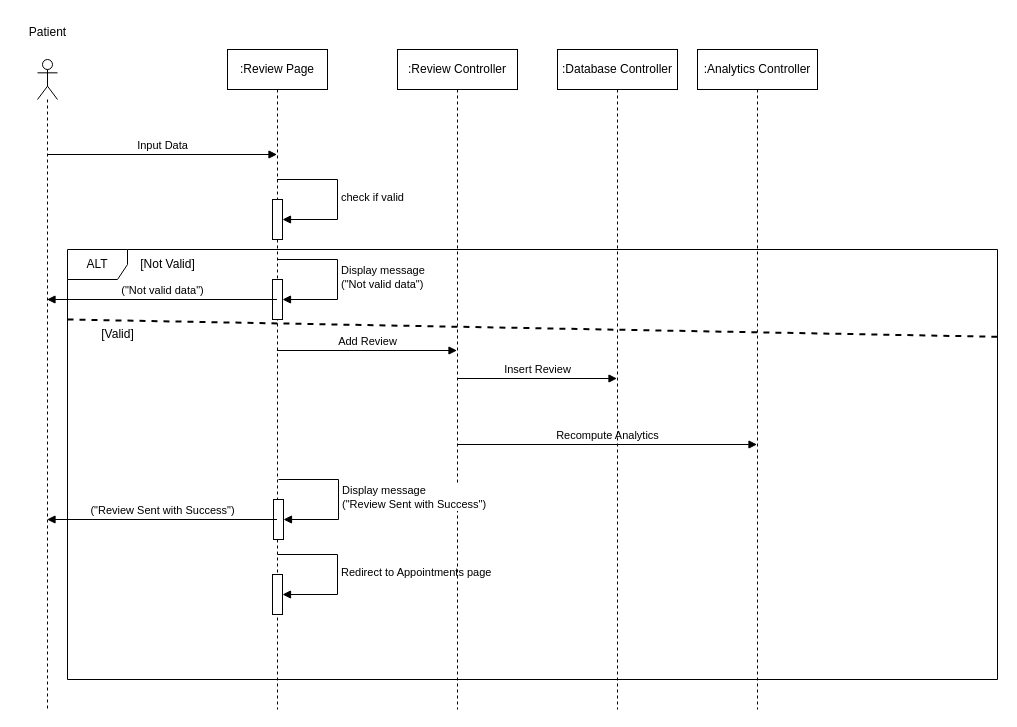
Earlier version of the draw.io diagram Diagrams/Sequence Diagram 13.drawio (RafaelCMira/myclinic-msp-project). Source tidied: cells renumbered, new cells numbered last; positions are measured from the earlier drawing's top-left corner, leaving out a move shared by most shapes. Both pictures are drawn from the tidied source at 100%, with x=0, y=0 at pixel (17, 17).
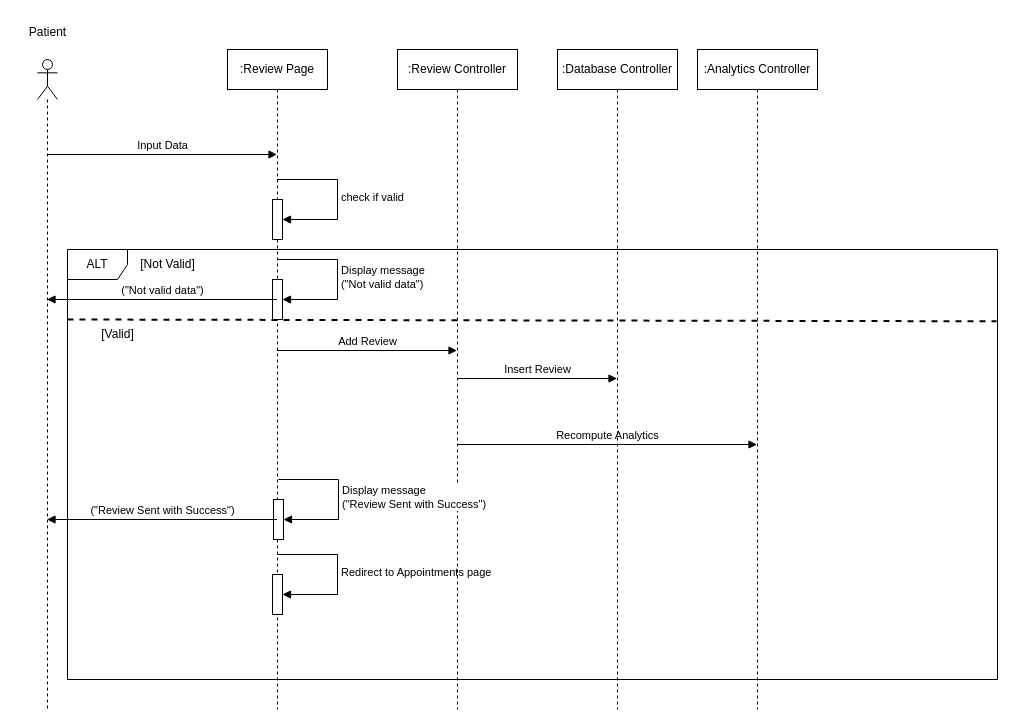
The same page after the edit.

Unchanged cells that the change refers to:
```xml
<mxCell id="2" value="ALT" style="shape=umlFrame;whiteSpace=wrap;html=1;" parent="1" vertex="1">
  <mxGeometry x="50" y="232" width="930" height="430" as="geometry" />
</mxCell>
```

What changed in the source:
```diff
@@
-    <mxCell id="15" style="endArrow=none;dashed=1;html=1;rounded=0;entryX=1.001;entryY=0.203;entryDx=0;entryDy=0;entryPerimeter=0;strokeWidth=2;" parent="1" edge="1" target="2">
+    <mxCell id="15" style="endArrow=none;dashed=1;html=1;rounded=0;entryX=0.999;entryY=0.167;entryDx=0;entryDy=0;entryPerimeter=0;strokeWidth=2;" parent="1" edge="1" target="2">
       <mxGeometry relative="1" as="geometry">
         <mxPoint x="50" y="302" as="sourcePoint" />
       </mxGeometry>
     </mxCell>
```
